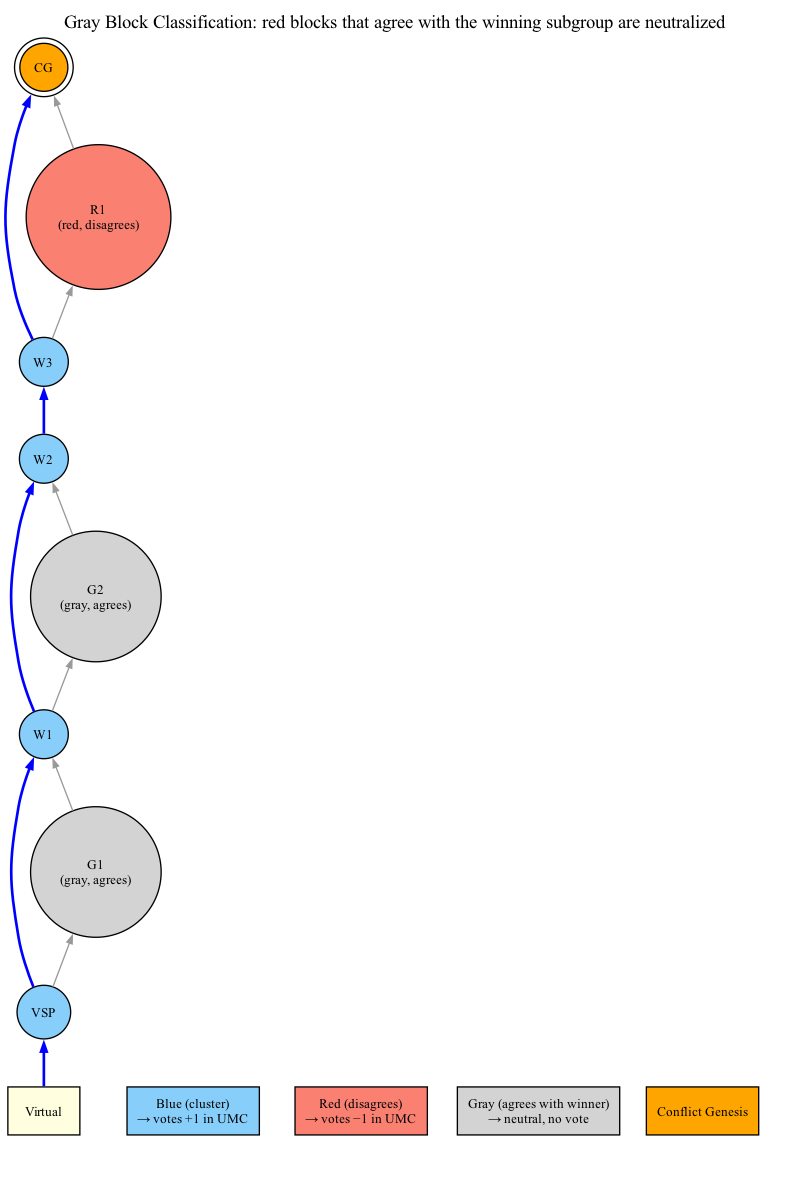
The Graphviz diagram png/06-gray-classification.png in coderofstuff/dk-wiki, before a commit. Its source is kept beside it as dot/06-gray-classification.dot.
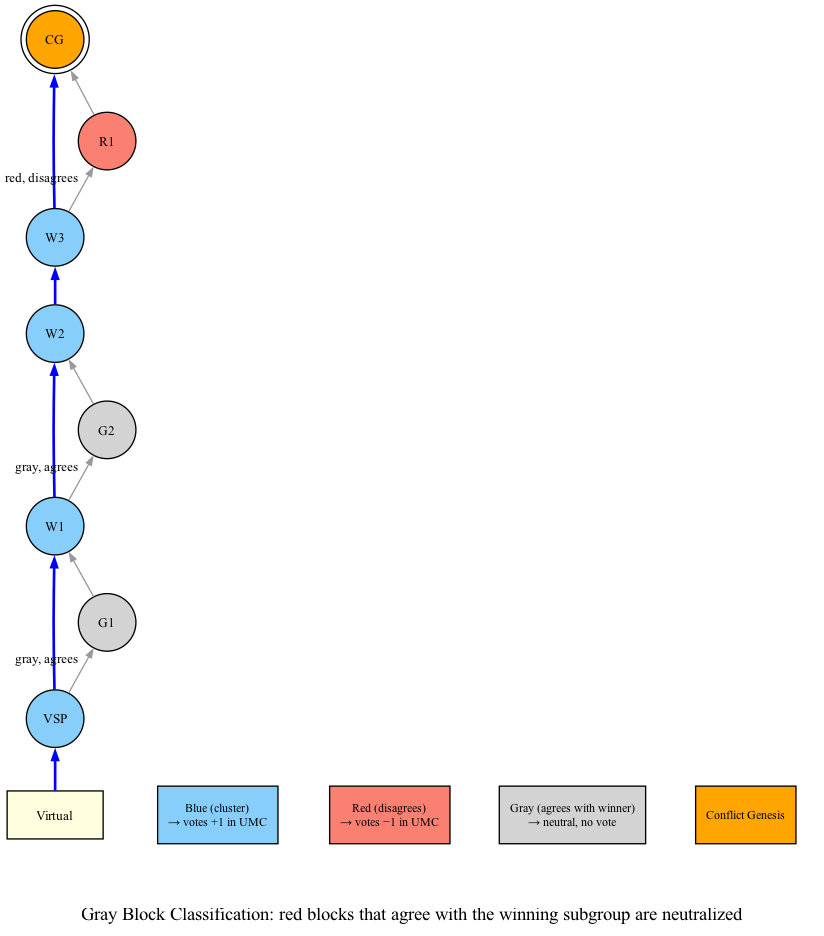
The same file after the commit.

The edit, as a diff of the source:
```diff
@@ -1,22 +1,23 @@
 digraph gray_classification {
     rankdir=BT;
-    node [shape=circle, style=filled, fontsize=10];
+    nodesep=0.5;
+    ranksep=0.4;
+    node [shape=circle, style=filled, fontsize=10, width=0.6, height=0.6];
     edge [arrowsize=0.6, color=gray60];
 
     label="Gray Block Classification: red blocks that agree with the winning subgroup are neutralized";
-    labelloc=t;
 
-    V [label="Virtual", fillcolor=lightyellow, shape=box];
+    V [label="Virtual", fillcolor=lightyellow, shape=box, width=1.0, height=0.5];
     VSP [label="VSP", fillcolor=lightskyblue];
     W1 [label="W1", fillcolor=lightskyblue];
     W2 [label="W2", fillcolor=lightskyblue];
     W3 [label="W3", fillcolor=lightskyblue];
     CG [label="CG", fillcolor=orange, shape=doublecircle];
 
-    R1 [label="R1\n(red, disagrees)", fillcolor=salmon];
+    R1 [label="R1", fillcolor=salmon, xlabel="red, disagrees"];
 
-    G1 [label="G1\n(gray, agrees)", fillcolor=lightgray];
-    G2 [label="G2\n(gray, agrees)", fillcolor=lightgray];
+    G1 [label="G1", fillcolor=lightgray, xlabel="gray, agrees"];
+    G2 [label="G2", fillcolor=lightgray, xlabel="gray, agrees"];
 
     V -> VSP [color=blue, penwidth=2];
     VSP -> W1 [color=blue, penwidth=2];
@@ -35,9 +36,9 @@
 
     subgraph cluster_legend {
         style=invis;
-        L_BLUE [label="Blue (cluster)\n→ votes +1 in UMC", fillcolor=lightskyblue, shape=box, style=filled];
-        L_RED [label="Red (disagrees)\n→ votes −1 in UMC", fillcolor=salmon, shape=box, style=filled];
-        L_GRAY [label="Gray (agrees with winner)\n→ neutral, no vote", fillcolor=lightgray, shape=box, style=filled];
-        L_CG [label="Conflict Genesis", fillcolor=orange, shape=box, style=filled];
+        L_BLUE [label="Blue (cluster)\n→ votes +1 in UMC", fillcolor=lightskyblue, shape=box, style=filled, fontsize=9];
+        L_RED [label="Red (disagrees)\n→ votes −1 in UMC", fillcolor=salmon, shape=box, style=filled, fontsize=9];
+        L_GRAY [label="Gray (agrees with winner)\n→ neutral, no vote", fillcolor=lightgray, shape=box, style=filled, fontsize=9];
+        L_CG [label="Conflict Genesis", fillcolor=orange, shape=box, style=filled, fontsize=9];
     }
 }
```
